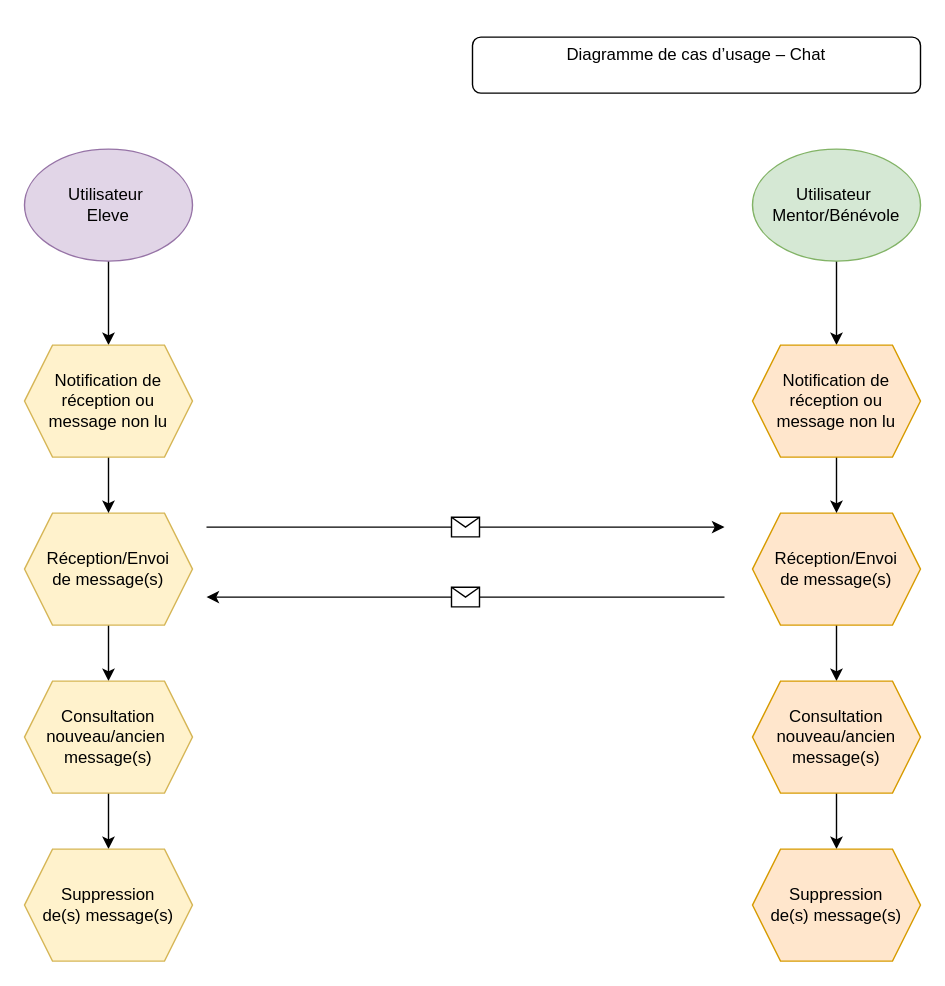
Above: Diagramme de cas d’usage – Chat.drawio in frederic5962/Learn-Home_p10 (draw.io), before the change. Source tidied: cells renumbered, new cells numbered last; positions are measured from the earlier drawing's top-left corner, leaving out a move shared by most shapes. Both pictures are drawn from the tidied source at 140%, with x=0, y=0 at pixel (24, 36).
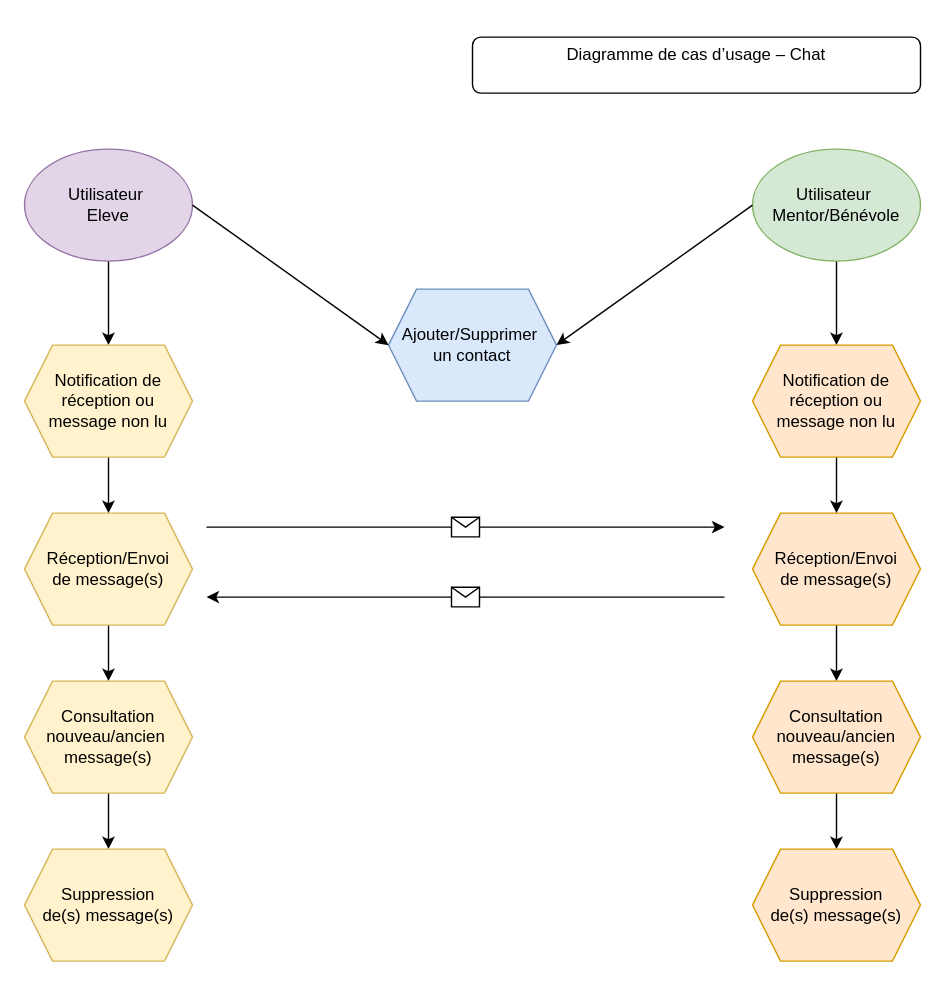
The same diagram, later.

Commit message:
Mettre à jour Diagramme de cas d’usage – Chat.drawio

The change refers to these unchanged cells:
```xml
<mxCell id="4" value="Utilisateur&amp;nbsp;&lt;div&gt;Eleve&lt;/div&gt;" style="ellipse;whiteSpace=wrap;html=1;fillColor=#e1d5e7;strokeColor=#9673a6;" parent="1" vertex="1">
  <mxGeometry y="80" width="120" height="80" as="geometry" />
</mxCell>
<mxCell id="6" value="Utilisateur&amp;nbsp;&lt;div&gt;Mentor/Bénévole&lt;/div&gt;" style="ellipse;whiteSpace=wrap;html=1;fillColor=#d5e8d4;strokeColor=#82b366;" parent="1" vertex="1">
  <mxGeometry x="520" y="80" width="120" height="80" as="geometry" />
</mxCell>
```

Diff of the diagram source:
```diff
@@
+    <mxCell id="25" value="Ajouter/Supprimer&amp;nbsp;&lt;div&gt;un contact&lt;/div&gt;" style="shape=hexagon;perimeter=hexagonPerimeter2;whiteSpace=wrap;html=1;fixedSize=1;fillColor=#dae8fc;strokeColor=#6c8ebf;" parent="1" vertex="1">
+      <mxGeometry x="260" y="180" width="120" height="80" as="geometry" />
+    </mxCell>
+    <mxCell id="26" style="endArrow=classic;html=1;rounded=0;exitX=0;exitY=0.5;exitDx=0;exitDy=0;" parent="1" edge="1" source="6">
+      <mxGeometry relative="1" as="geometry">
+        <mxPoint x="380" y="220" as="targetPoint" />
+      </mxGeometry>
+    </mxCell>
+    <mxCell id="27" style="endArrow=classic;html=1;rounded=0;exitX=1;exitY=0.5;exitDx=0;exitDy=0;entryX=0;entryY=0.5;entryDx=0;entryDy=0;" parent="1" edge="1" source="4" target="25">
+      <mxGeometry relative="1" as="geometry" />
+    </mxCell>
```
